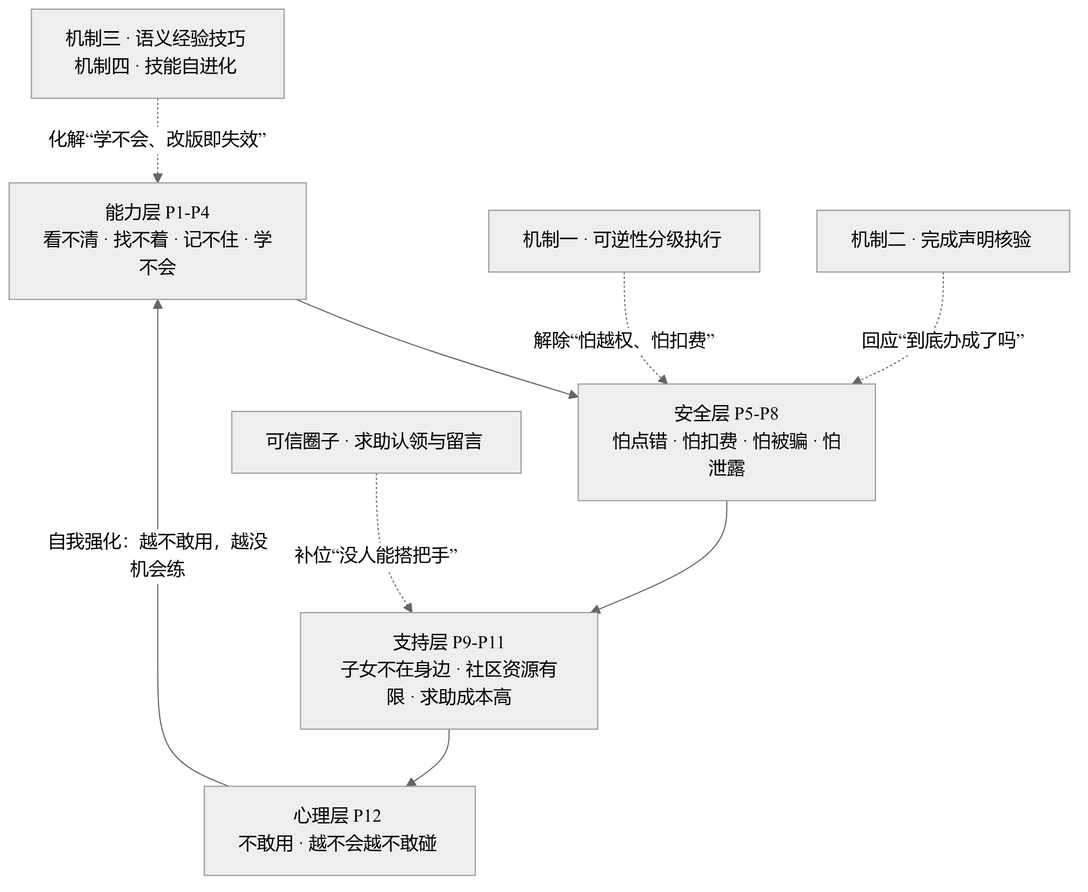
This is docs/aic-2026/figures/fig1.png from lhxll07/elder-harness, a Mermaid export, as it was before one commit. Its source is kept beside it as docs/aic-2026/figures/fig1.mmd. Source of this version:
```mermaid
%%{init: {"theme":"neutral","themeVariables":{"fontFamily":"Noto Sans CJK SC, sans-serif","fontSize":"16px"}}}%%
flowchart TB
  A["能力层 P1-P4<br/>看不清 · 找不着 · 记不住 · 学不会"]
  B["安全层 P5-P8<br/>怕点错 · 怕扣费 · 怕被骗 · 怕泄露"]
  C["支持层 P9-P11<br/>子女不在身边 · 社区资源有限 · 求助成本高"]
  D["心理层 P12<br/>不敢用 · 越不会越不敢碰"]
  A --> B
  B --> C
  C --> D
  D -->|"自我强化：越不敢用，越没机会练"| A
  M3["机制三 · 语义经验技巧<br/>机制四 · 技能自进化"] -.->|化解“学不会、改版即失效”| A
  M1["机制一 · 可逆性分级执行"] -.->|解除“怕越权、怕扣费”| B
  M2["机制二 · 完成声明核验"] -.->|回应“到底办成了吗”| B
  M4["可信圈子 · 求助认领与留言"] -.->|补位“没人能搭把手”| C
```
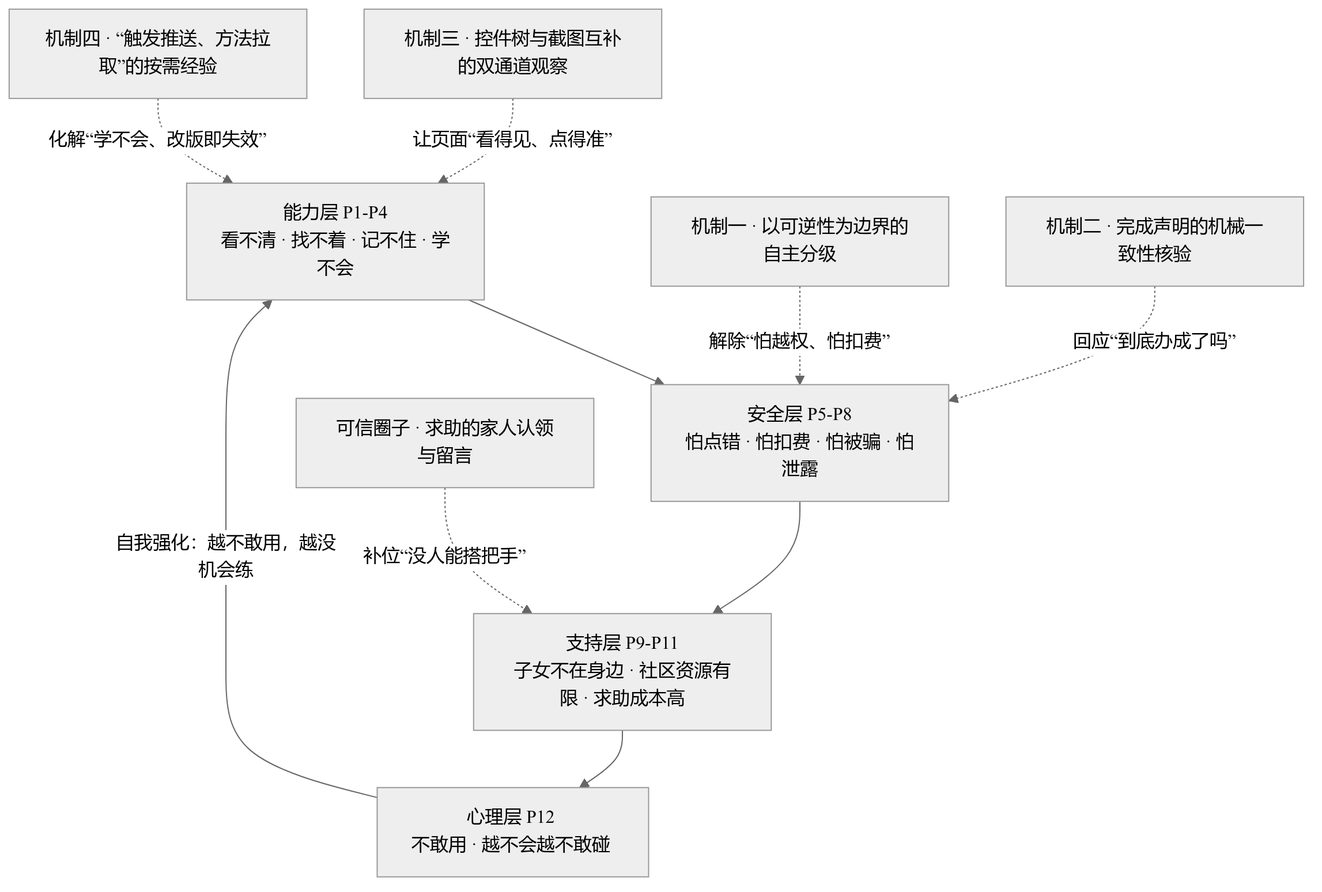
After the commit.

Diff of the diagram source:
```diff
@@ -8,7 +8,8 @@
   B --> C
   C --> D
   D -->|"自我强化：越不敢用，越没机会练"| A
-  M3["机制三 · 语义经验技巧<br/>机制四 · 技能自进化"] -.->|化解“学不会、改版即失效”| A
-  M1["机制一 · 可逆性分级执行"] -.->|解除“怕越权、怕扣费”| B
-  M2["机制二 · 完成声明核验"] -.->|回应“到底办成了吗”| B
-  M4["可信圈子 · 求助认领与留言"] -.->|补位“没人能搭把手”| C
+  M1["机制一 · 以可逆性为边界的自主分级"] -.->|解除“怕越权、怕扣费”| B
+  M2["机制二 · 完成声明的机械一致性核验"] -.->|回应“到底办成了吗”| B
+  M3["机制三 · 控件树与截图互补的双通道观察"] -.->|让页面“看得见、点得准”| A
+  M4["机制四 · “触发推送、方法拉取”的按需经验"] -.->|化解“学不会、改版即失效”| A
+  FAM["可信圈子 · 求助的家人认领与留言"] -.->|补位“没人能搭把手”| C
```
